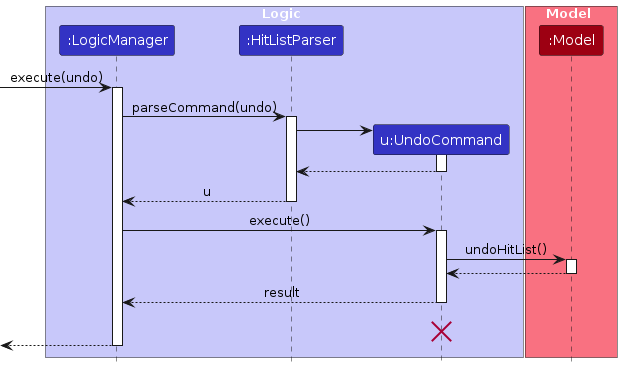
Before: diagrams/undo/UndoSequenceDiagram-Logic.png, a diagram exported from PlantUML (AY2526S2-CS2103T-W11-2/tp). Its source is kept beside it as diagrams/undo/UndoSequenceDiagram-Logic.puml.
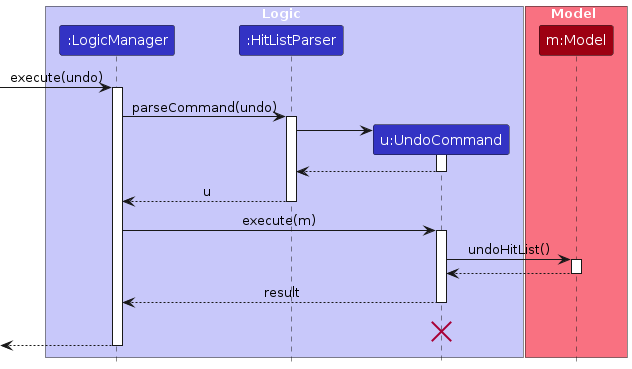
After the change.

Change to the diagram source:
```diff
@@ -10,7 +10,7 @@
 end box
 
 box Model MODEL_COLOR_T1
-participant ":Model" as Model MODEL_COLOR
+participant "m:Model" as Model MODEL_COLOR
 end box
 [-> LogicManager : execute(undo)
 activate LogicManager
@@ -28,7 +28,7 @@
 HitListParser --> LogicManager : u
 deactivate HitListParser
 
-LogicManager -> UndoCommand : execute()
+LogicManager -> UndoCommand : execute(m)
 activate UndoCommand
 
 UndoCommand -> Model : undoHitList()
```
